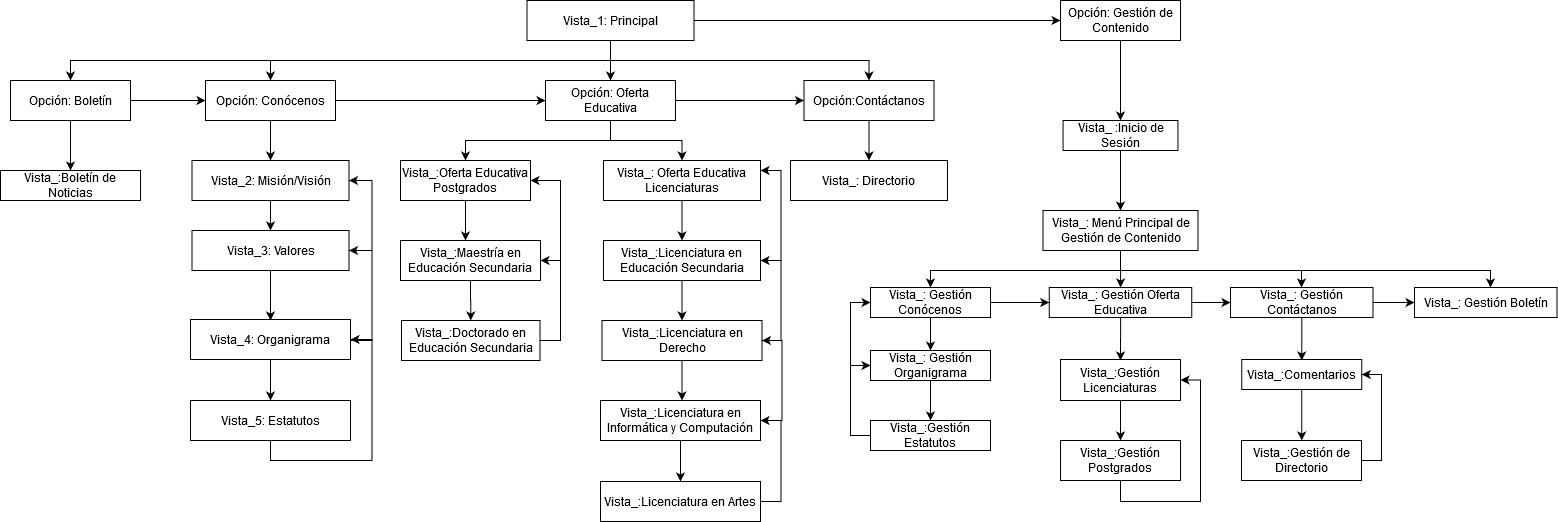
This is MapaNavegacion.png from danielNYR/ProjectSchool, a draw.io export, as it was before one commit. Source tidied: cells renumbered, new cells last; positions are measured from the earlier drawing's top-left corner, leaving out a move shared by most shapes.
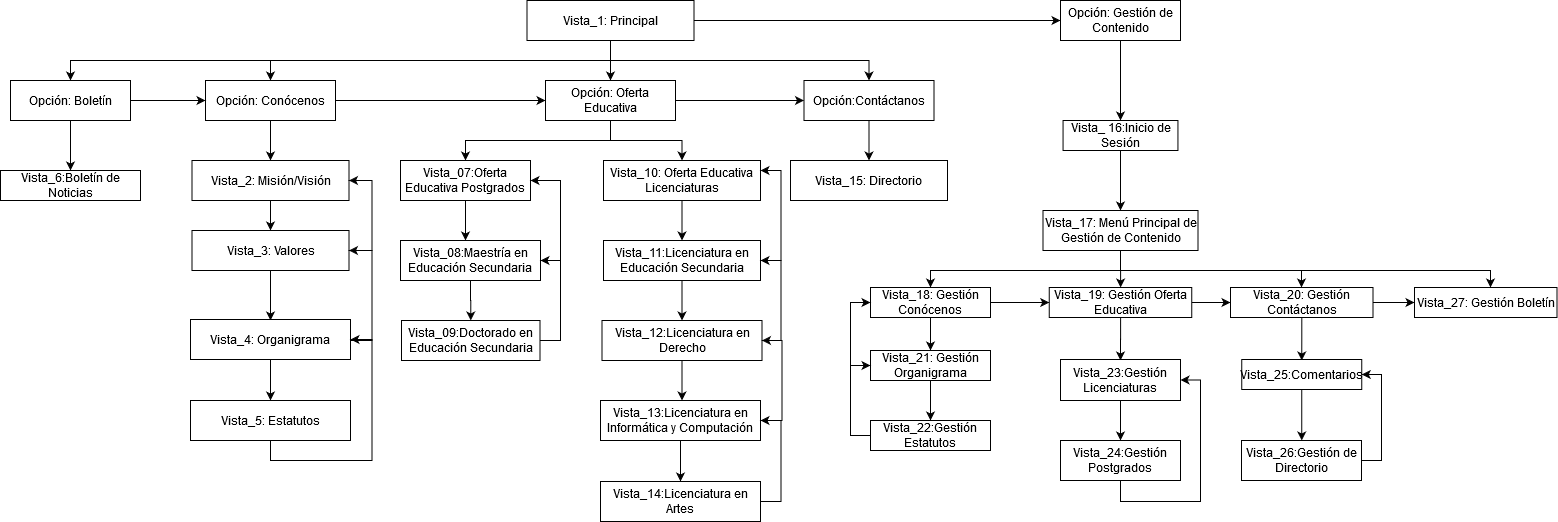
The same diagram one commit later.

Diff of the diagram source:
```diff
@@ -80,10 +80,10 @@
     <mxCell id="19" style="edgeStyle=orthogonalEdgeStyle;rounded=0;jettySize=auto;html=1;entryX=0.5;entryY=0;entryDx=0;entryDy=0;" parent="1" edge="1" source="20" target="27">
       <mxGeometry relative="1" as="geometry" />
     </mxCell>
-    <mxCell id="20" value="Vista_: Oferta Educativa Licenciaturas" style="rounded=0;whiteSpace=wrap;html=1;" parent="1" vertex="1">
+    <mxCell id="20" value="Vista_10: Oferta Educativa Licenciaturas" style="rounded=0;whiteSpace=wrap;html=1;" parent="1" vertex="1">
       <mxGeometry x="603" y="160" width="157" height="40" as="geometry" />
     </mxCell>
-    <mxCell id="21" value="Vista_: Directorio" style="rounded=0;whiteSpace=wrap;html=1;" parent="1" vertex="1">
+    <mxCell id="21" value="Vista_15: Directorio" style="rounded=0;whiteSpace=wrap;html=1;" parent="1" vertex="1">
       <mxGeometry x="790" y="160" width="157" height="40" as="geometry" />
     </mxCell>
     <mxCell id="22" style="edgeStyle=orthogonalEdgeStyle;rounded=0;jettySize=auto;html=1;" parent="1" edge="1" source="24">
@@ -115,7 +115,7 @@
         </Array>
       </mxGeometry>
     </mxCell>
-    <mxCell id="27" value="Vista_:Licenciatura en Educación Secundaria" style="rounded=0;whiteSpace=wrap;html=1;" parent="1" vertex="1">
+    <mxCell id="27" value="Vista_11:Licenciatura en Educación Secundaria" style="rounded=0;whiteSpace=wrap;html=1;" parent="1" vertex="1">
       <mxGeometry x="603" y="240" width="157" height="40" as="geometry" />
     </mxCell>
     <mxCell id="28" style="edgeStyle=orthogonalEdgeStyle;rounded=0;jettySize=auto;html=1;" parent="1" edge="1" source="29" target="31">
@@ -127,7 +127,7 @@
     <mxCell id="30" style="edgeStyle=orthogonalEdgeStyle;rounded=0;jettySize=auto;html=1;entryX=0.5;entryY=0;entryDx=0;entryDy=0;" parent="1" edge="1" source="31" target="36">
       <mxGeometry relative="1" as="geometry" />
     </mxCell>
-    <mxCell id="31" value="Vista_ :Inicio de Sesión" style="rounded=0;whiteSpace=wrap;html=1;" parent="1" vertex="1">
+    <mxCell id="31" value="Vista_ 16:Inicio de Sesión" style="rounded=0;whiteSpace=wrap;html=1;" parent="1" vertex="1">
       <mxGeometry x="1062.6" y="120" width="114.9" height="30" as="geometry" />
     </mxCell>
     <mxCell id="32" style="edgeStyle=orthogonalEdgeStyle;rounded=0;jettySize=auto;html=1;" parent="1" edge="1" source="36" target="42">
@@ -157,7 +157,7 @@
         </Array>
       </mxGeometry>
     </mxCell>
-    <mxCell id="36" value="Vista_: Menú Principal de Gestión de Contenido" style="rounded=0;whiteSpace=wrap;html=1;" parent="1" vertex="1">
+    <mxCell id="36" value="Vista_17: Menú Principal de Gestión de Contenido" style="rounded=0;whiteSpace=wrap;html=1;" parent="1" vertex="1">
       <mxGeometry x="1042.5" y="210" width="155" height="40" as="geometry" />
     </mxCell>
     <mxCell id="37" style="edgeStyle=orthogonalEdgeStyle;rounded=0;jettySize=auto;html=1;entryX=1;entryY=0.5;entryDx=0;entryDy=0;" parent="1" edge="1" source="39" target="24">
@@ -180,7 +180,7 @@
     <mxCell id="41" style="edgeStyle=orthogonalEdgeStyle;rounded=0;jettySize=auto;html=1;entryX=0.5;entryY=0;entryDx=0;entryDy=0;" parent="1" edge="1" source="42" target="58">
       <mxGeometry relative="1" as="geometry" />
     </mxCell>
-    <mxCell id="42" value="Vista_: Gestión Conócenos" style="whiteSpace=wrap;html=1;rounded=0;" parent="1" vertex="1">
+    <mxCell id="42" value="Vista_18: Gestión Conócenos" style="whiteSpace=wrap;html=1;rounded=0;" parent="1" vertex="1">
       <mxGeometry x="870" y="287" width="120" height="30" as="geometry" />
     </mxCell>
     <mxCell id="43" style="edgeStyle=orthogonalEdgeStyle;rounded=0;jettySize=auto;html=1;entryX=0;entryY=0.5;entryDx=0;entryDy=0;" parent="1" edge="1" source="45" target="48">
@@ -191,7 +191,7 @@
         <mxPoint x="1120" y="360" as="targetPoint" />
       </mxGeometry>
     </mxCell>
-    <mxCell id="45" value="Vista_: Gestión Oferta Educativa" style="whiteSpace=wrap;html=1;rounded=0;" parent="1" vertex="1">
+    <mxCell id="45" value="Vista_19: Gestión Oferta Educativa" style="whiteSpace=wrap;html=1;rounded=0;" parent="1" vertex="1">
       <mxGeometry x="1048.8" y="287" width="142.5" height="30" as="geometry" />
     </mxCell>
     <mxCell id="46" style="edgeStyle=orthogonalEdgeStyle;rounded=0;jettySize=auto;html=1;entryX=0;entryY=0.5;entryDx=0;entryDy=0;" parent="1" edge="1" source="48" target="49">
@@ -202,10 +202,10 @@
         <mxPoint x="1301.2" y="360" as="targetPoint" />
       </mxGeometry>
     </mxCell>
-    <mxCell id="48" value="Vista_: Gestión Contáctanos" style="whiteSpace=wrap;html=1;rounded=0;" parent="1" vertex="1">
+    <mxCell id="48" value="Vista_20: Gestión Contáctanos" style="whiteSpace=wrap;html=1;rounded=0;" parent="1" vertex="1">
       <mxGeometry x="1230" y="287" width="142.5" height="30" as="geometry" />
     </mxCell>
-    <mxCell id="49" value="Vista_: Gestión Boletín" style="whiteSpace=wrap;html=1;rounded=0;" parent="1" vertex="1">
+    <mxCell id="49" value="Vista_27: Gestión Boletín" style="whiteSpace=wrap;html=1;rounded=0;" parent="1" vertex="1">
       <mxGeometry x="1414" y="287" width="142.5" height="30" as="geometry" />
     </mxCell>
     <mxCell id="50" style="edgeStyle=orthogonalEdgeStyle;rounded=0;jettySize=auto;html=1;entryX=0;entryY=0.5;entryDx=0;entryDy=0;" parent="1" edge="1" source="52" target="10">
@@ -217,7 +217,7 @@
     <mxCell id="52" value="Opción: Boletín" style="rounded=0;whiteSpace=wrap;html=1;" parent="1" vertex="1">
       <mxGeometry x="10" y="80" width="120" height="40" as="geometry" />
     </mxCell>
-    <mxCell id="53" value="Vista_:Boletín de Noticias" style="rounded=0;whiteSpace=wrap;html=1;" parent="1" vertex="1">
+    <mxCell id="53" value="Vista_6:Boletín de Noticias" style="rounded=0;whiteSpace=wrap;html=1;" parent="1" vertex="1">
       <mxGeometry y="170" width="140" height="30" as="geometry" />
     </mxCell>
     <mxCell id="54" style="edgeStyle=orthogonalEdgeStyle;rounded=0;jettySize=auto;html=1;entryX=1;entryY=0.5;entryDx=0;entryDy=0;" parent="1" edge="1" source="55" target="39">
@@ -244,7 +244,7 @@
         </Array>
       </mxGeometry>
     </mxCell>
-    <mxCell id="58" value="Vista_: Gestión Organigrama" style="whiteSpace=wrap;html=1;rounded=0;" parent="1" vertex="1">
+    <mxCell id="58" value="Vista_21: Gestión Organigrama" style="whiteSpace=wrap;html=1;rounded=0;" parent="1" vertex="1">
       <mxGeometry x="870" y="350" width="120" height="30" as="geometry" />
     </mxCell>
     <mxCell id="59" style="edgeStyle=orthogonalEdgeStyle;rounded=0;jettySize=auto;html=1;entryX=0;entryY=0.5;entryDx=0;entryDy=0;" parent="1" edge="1" source="60" target="58">
@@ -255,7 +255,7 @@
         </Array>
       </mxGeometry>
     </mxCell>
-    <mxCell id="60" value="Vista_:Gestión Estatutos" style="rounded=0;whiteSpace=wrap;html=1;" parent="1" vertex="1">
+    <mxCell id="60" value="Vista_22:Gestión Estatutos" style="rounded=0;whiteSpace=wrap;html=1;" parent="1" vertex="1">
       <mxGeometry x="870" y="420" width="120" height="30" as="geometry" />
     </mxCell>
     <mxCell id="61" style="edgeStyle=orthogonalEdgeStyle;rounded=0;jettySize=auto;html=1;" parent="1" edge="1" source="62">
@@ -263,7 +263,7 @@
         <mxPoint x="1301.2" y="440" as="targetPoint" />
       </mxGeometry>
     </mxCell>
-    <mxCell id="62" value="Vista_:Comentarios" style="rounded=0;whiteSpace=wrap;html=1;" parent="1" vertex="1">
+    <mxCell id="62" value="Vista_25:Comentarios" style="rounded=0;whiteSpace=wrap;html=1;" parent="1" vertex="1">
       <mxGeometry x="1241.2" y="359" width="120" height="30" as="geometry" />
     </mxCell>
     <mxCell id="63" style="edgeStyle=orthogonalEdgeStyle;rounded=0;jettySize=auto;html=1;entryX=1;entryY=0.5;entryDx=0;entryDy=0;" parent="1" edge="1" source="65" target="27">
@@ -279,7 +279,7 @@
         <mxPoint x="681.5" y="400" as="targetPoint" />
       </mxGeometry>
     </mxCell>
-    <mxCell id="65" value="Vista_:Licenciatura en Derecho" style="rounded=0;whiteSpace=wrap;html=1;" parent="1" vertex="1">
+    <mxCell id="65" value="Vista_12:Licenciatura en Derecho" style="rounded=0;whiteSpace=wrap;html=1;" parent="1" vertex="1">
       <mxGeometry x="601.5" y="320" width="160" height="40" as="geometry" />
     </mxCell>
     <mxCell id="66" style="edgeStyle=orthogonalEdgeStyle;rounded=0;jettySize=auto;html=1;entryX=1;entryY=0.5;entryDx=0;entryDy=0;" parent="1" edge="1" source="68" target="65">
@@ -293,7 +293,7 @@
     <mxCell id="67" style="edgeStyle=orthogonalEdgeStyle;rounded=0;jettySize=auto;html=1;entryX=0.5;entryY=0;entryDx=0;entryDy=0;" parent="1" edge="1" source="68" target="70">
       <mxGeometry relative="1" as="geometry" />
     </mxCell>
-    <mxCell id="68" value="Vista_:Licenciatura en Informática y Computación" style="rounded=0;whiteSpace=wrap;html=1;" parent="1" vertex="1">
+    <mxCell id="68" value="Vista_13:Licenciatura en Informática y Computación" style="rounded=0;whiteSpace=wrap;html=1;" parent="1" vertex="1">
       <mxGeometry x="600" y="400" width="160" height="40" as="geometry" />
     </mxCell>
     <mxCell id="69" style="edgeStyle=orthogonalEdgeStyle;rounded=0;jettySize=auto;html=1;entryX=1;entryY=0.5;entryDx=0;entryDy=0;" parent="1" edge="1" source="70" target="68">
@@ -304,7 +304,7 @@
         </Array>
       </mxGeometry>
     </mxCell>
-    <mxCell id="70" value="Vista_:Licenciatura en Artes" style="rounded=0;whiteSpace=wrap;html=1;" parent="1" vertex="1">
+    <mxCell id="70" value="Vista_14:Licenciatura en Artes" style="rounded=0;whiteSpace=wrap;html=1;" parent="1" vertex="1">
       <mxGeometry x="600" y="481" width="160" height="40" as="geometry" />
     </mxCell>
     <mxCell id="71" style="edgeStyle=orthogonalEdgeStyle;rounded=0;jettySize=auto;html=1;" parent="1" edge="1" source="72">
@@ -312,7 +312,7 @@
         <mxPoint x="465" y="240" as="targetPoint" />
       </mxGeometry>
     </mxCell>
-    <mxCell id="72" value="Vista_:Oferta Educativa Postgrados" style="rounded=0;whiteSpace=wrap;html=1;" parent="1" vertex="1">
+    <mxCell id="72" value="Vista_07:Oferta Educativa Postgrados" style="rounded=0;whiteSpace=wrap;html=1;" parent="1" vertex="1">
       <mxGeometry x="400" y="160" width="130" height="40" as="geometry" />
     </mxCell>
     <mxCell id="73" style="edgeStyle=orthogonalEdgeStyle;rounded=0;jettySize=auto;html=1;entryX=0.5;entryY=0;entryDx=0;entryDy=0;" parent="1" edge="1" source="75" target="77">
@@ -326,7 +326,7 @@
         </Array>
       </mxGeometry>
     </mxCell>
-    <mxCell id="75" value="Vista_:Maestría en Educación Secundaria" style="rounded=0;whiteSpace=wrap;html=1;" parent="1" vertex="1">
+    <mxCell id="75" value="Vista_08:Maestría en Educación Secundaria" style="rounded=0;whiteSpace=wrap;html=1;" parent="1" vertex="1">
       <mxGeometry x="400" y="240" width="140" height="40" as="geometry" />
     </mxCell>
     <mxCell id="76" style="edgeStyle=orthogonalEdgeStyle;rounded=0;jettySize=auto;html=1;entryX=1;entryY=0.5;entryDx=0;entryDy=0;" parent="1" edge="1" source="77" target="75">
@@ -337,13 +337,13 @@
         </Array>
       </mxGeometry>
     </mxCell>
-    <mxCell id="77" value="Vista_:Doctorado en Educación Secundaria" style="rounded=0;whiteSpace=wrap;html=1;" parent="1" vertex="1">
+    <mxCell id="77" value="Vista_09:Doctorado en Educación Secundaria" style="rounded=0;whiteSpace=wrap;html=1;" parent="1" vertex="1">
       <mxGeometry x="401" y="320" width="138.5" height="40" as="geometry" />
     </mxCell>
     <mxCell id="78" style="edgeStyle=orthogonalEdgeStyle;rounded=0;jettySize=auto;html=1;" parent="1" edge="1" source="79" target="81">
       <mxGeometry relative="1" as="geometry" />
     </mxCell>
-    <mxCell id="79" value="Vista_:Gestión Licenciaturas" style="rounded=0;whiteSpace=wrap;html=1;" parent="1" vertex="1">
+    <mxCell id="79" value="Vista_23:Gestión Licenciaturas" style="rounded=0;whiteSpace=wrap;html=1;" parent="1" vertex="1">
       <mxGeometry x="1060" y="359" width="120" height="41" as="geometry" />
     </mxCell>
     <mxCell id="80" style="edgeStyle=orthogonalEdgeStyle;rounded=0;jettySize=auto;html=1;entryX=1;entryY=0.5;entryDx=0;entryDy=0;" parent="1" edge="1" source="81" target="79">
@@ -354,7 +354,7 @@
         </Array>
       </mxGeometry>
     </mxCell>
-    <mxCell id="81" value="Vista_:Gestión Postgrados" style="whiteSpace=wrap;html=1;rounded=0;" parent="1" vertex="1">
+    <mxCell id="81" value="Vista_24:Gestión Postgrados" style="whiteSpace=wrap;html=1;rounded=0;" parent="1" vertex="1">
       <mxGeometry x="1060" y="440" width="120" height="40" as="geometry" />
     </mxCell>
     <mxCell id="82" style="edgeStyle=orthogonalEdgeStyle;rounded=0;jettySize=auto;html=1;entryX=1;entryY=0.5;entryDx=0;entryDy=0;" parent="1" edge="1" source="83" target="62">
@@ -365,7 +365,7 @@
         </Array>
       </mxGeometry>
     </mxCell>
-    <mxCell id="83" value="Vista_:Gestión de Directorio" style="rounded=0;whiteSpace=wrap;html=1;" parent="1" vertex="1">
+    <mxCell id="83" value="Vista_26:Gestión de Directorio" style="rounded=0;whiteSpace=wrap;html=1;" parent="1" vertex="1">
       <mxGeometry x="1241" y="440" width="120" height="40" as="geometry" />
     </mxCell>
   </root>
```
